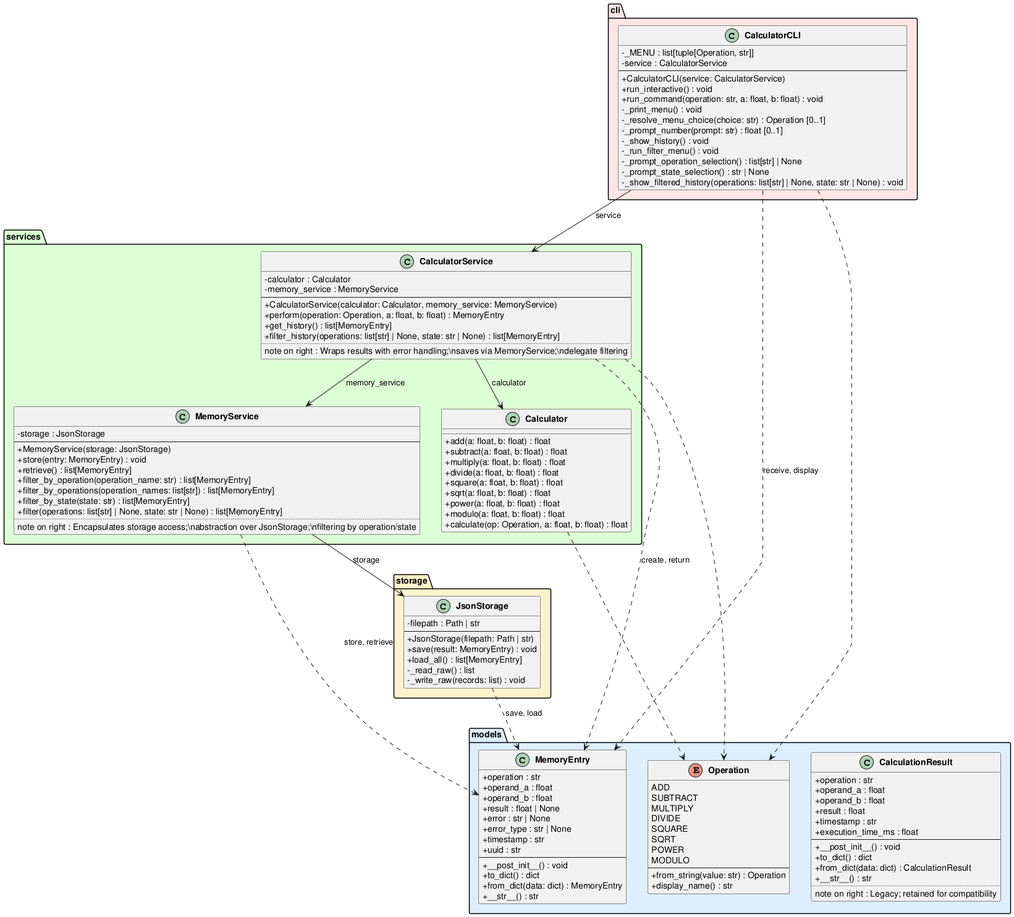
Above: experiments/pipeline/user_stories/calculator/artifacts/class_diagram.png in DanielRiha8906/Software_autoevolution_using_agents (PlantUML), before the change.
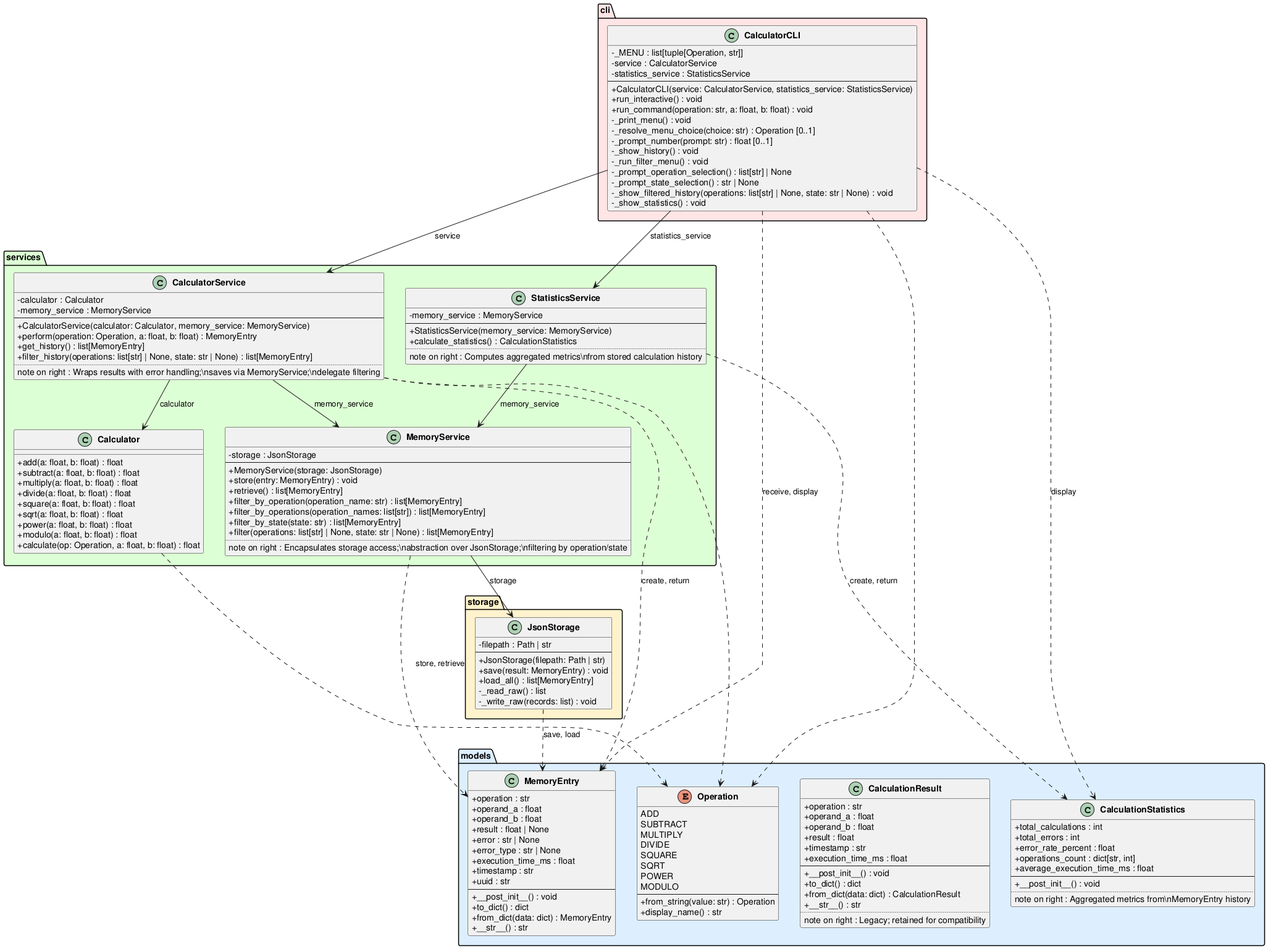
Above is the later version.

What changed in the source:
```diff
@@ -25,6 +25,7 @@
         +result : float | None
         +error : str | None
         +error_type : str | None
+        +execution_time_ms : float
         +timestamp : str
         +uuid : str
         --
@@ -48,6 +49,18 @@
         +__str__() : str
         ..
         note on right : Legacy; retained for compatibility
+    }
+
+    class CalculationStatistics {
+        +total_calculations : int
+        +total_errors : int
+        +error_rate_percent : float
+        +operations_count : dict[str, int]
+        +average_execution_time_ms : float
+        --
+        +__post_init__() : void
+        ..
+        note on right : Aggregated metrics from\\nMemoryEntry history
     }
 }
 
@@ -89,6 +102,15 @@
         ..
         note on right : Wraps results with error handling;\\nsaves via MemoryService;\\ndelegate filtering
     }
+
+    class StatisticsService {
+        -memory_service : MemoryService
+        --
+        +StatisticsService(memory_service: MemoryService)
+        +calculate_statistics() : CalculationStatistics
+        ..
+        note on right : Computes aggregated metrics\\nfrom stored calculation history
+    }
 }
 
 package "storage" #FFF3CC {
@@ -107,8 +129,9 @@
     class CalculatorCLI {
         -_MENU : list[tuple[Operation, str]]
         -service : CalculatorService
+        -statistics_service : StatisticsService
         --
-        +CalculatorCLI(service: CalculatorService)
+        +CalculatorCLI(service: CalculatorService, statistics_service: StatisticsService)
         +run_interactive() : void
         +run_command(operation: str, a: float, b: float) : void
         -_print_menu() : void
@@ -119,18 +142,23 @@
         -_prompt_operation_selection() : list[str] | None
         -_prompt_state_selection() : str | None
         -_show_filtered_history(operations: list[str] | None, state: str | None) : void
+        -_show_statistics() : void
     }
 }
 
 CalculatorCLI --> CalculatorService : service
+CalculatorCLI --> StatisticsService : statistics_service
 CalculatorService --> Calculator : calculator
 CalculatorService --> MemoryService : memory_service
+StatisticsService --> MemoryService : memory_service
 MemoryService --> JsonStorage : storage
 
 CalculatorService ..> MemoryEntry : create, return
+StatisticsService ..> CalculationStatistics : create, return
 CalculatorService ..> Operation
 CalculatorCLI ..> Operation
 CalculatorCLI ..> MemoryEntry : receive, display
+CalculatorCLI ..> CalculationStatistics : display
 Calculator ..> Operation
 MemoryService ..> MemoryEntry : store, retrieve
 JsonStorage ..> MemoryEntry : save, load
```
